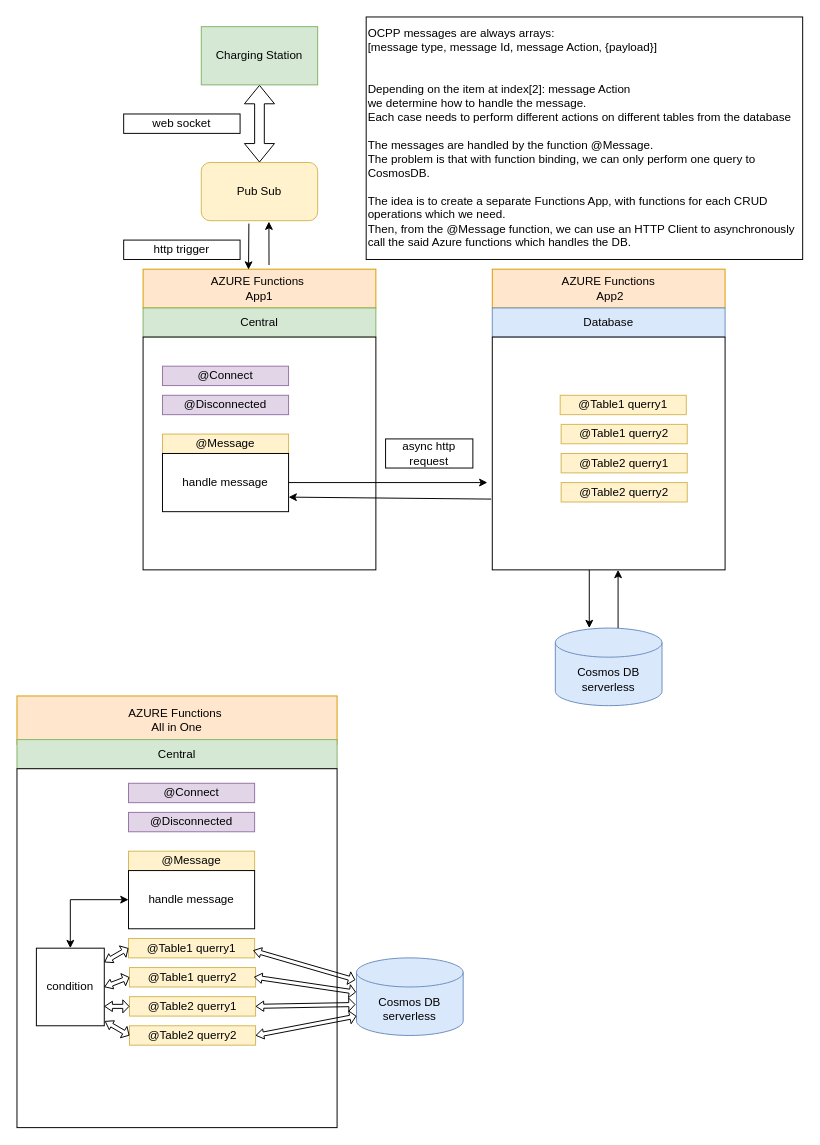
Earlier version of the draw.io diagram FunctionsDatabase.drawio (stefanszeke/diargrams_io). Source tidied: cells renumbered, new cells numbered last; positions are measured from the earlier drawing's top-left corner, leaving out a move shared by most shapes. Both pictures are drawn from the tidied source at 97%, with x=0, y=0 at pixel (16, 16).
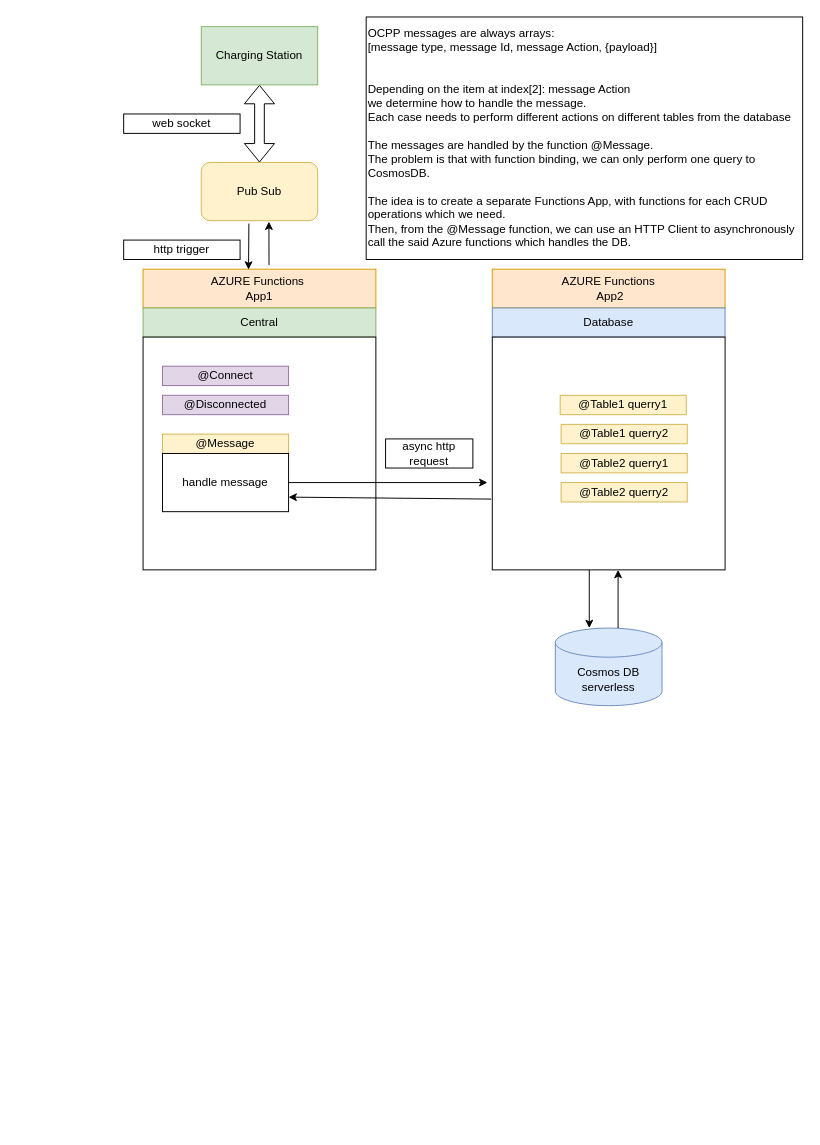
After the change.

Diff of the diagram source:
```diff
@@
-    <mxCell id="30" value="&lt;div&gt;AZURE Functions&amp;nbsp;&lt;/div&gt;&lt;div&gt;All in One&lt;br&gt;&lt;/div&gt;" style="rounded=0;whiteSpace=wrap;html=1;fillColor=#ffe6cc;strokeColor=#d79b00;" parent="1" vertex="1">
-      <mxGeometry y="700" width="330" height="50" as="geometry" />
-    </mxCell>
-    <mxCell id="31" value="Central" style="rounded=0;whiteSpace=wrap;html=1;fillColor=#d5e8d4;strokeColor=#82b366;" parent="1" vertex="1">
-      <mxGeometry y="745" width="330" height="30" as="geometry" />
-    </mxCell>
-    <mxCell id="32" style="rounded=0;whiteSpace=wrap;html=1;" parent="1" vertex="1">
-      <mxGeometry y="775" width="330" height="370" as="geometry" />
-    </mxCell>
-    <mxCell id="33" value="@Connect" style="rounded=0;whiteSpace=wrap;html=1;fillColor=#e1d5e7;strokeColor=#9673a6;" parent="1" vertex="1">
-      <mxGeometry x="115" y="790" width="130" height="20" as="geometry" />
-    </mxCell>
-    <mxCell id="34" value="@Disconnected" style="rounded=0;whiteSpace=wrap;html=1;fillColor=#e1d5e7;strokeColor=#9673a6;" parent="1" vertex="1">
-      <mxGeometry x="115" y="820" width="130" height="20" as="geometry" />
-    </mxCell>
-    <mxCell id="35" value="@Message" style="rounded=0;whiteSpace=wrap;html=1;fillColor=#fff2cc;strokeColor=#d6b656;" parent="1" vertex="1">
-      <mxGeometry x="115" y="860" width="130" height="20" as="geometry" />
-    </mxCell>
-    <mxCell id="36" style="edgeStyle=orthogonalEdgeStyle;rounded=0;jettySize=auto;html=1;startArrow=classic;startFill=1;" parent="1" edge="1" source="37" target="47">
-      <mxGeometry relative="1" as="geometry" />
-    </mxCell>
-    <mxCell id="37" value="handle message" style="rounded=0;whiteSpace=wrap;html=1;" parent="1" vertex="1">
-      <mxGeometry x="115" y="880" width="130" height="60" as="geometry" />
-    </mxCell>
-    <mxCell id="38" value="@Table1 querry1" style="rounded=0;whiteSpace=wrap;html=1;fillColor=#fff2cc;strokeColor=#d6b656;" parent="1" vertex="1">
-      <mxGeometry x="115" y="950" width="130" height="20" as="geometry" />
-    </mxCell>
-    <mxCell id="39" value="@Table1 querry2" style="rounded=0;whiteSpace=wrap;html=1;fillColor=#fff2cc;strokeColor=#d6b656;" parent="1" vertex="1">
-      <mxGeometry x="116" y="980" width="130" height="20" as="geometry" />
-    </mxCell>
-    <mxCell id="40" value="@Table2 querry1" style="rounded=0;whiteSpace=wrap;html=1;fillColor=#fff2cc;strokeColor=#d6b656;" parent="1" vertex="1">
-      <mxGeometry x="116" y="1010" width="130" height="20" as="geometry" />
-    </mxCell>
-    <mxCell id="41" value="@Table2 querry2" style="rounded=0;whiteSpace=wrap;html=1;fillColor=#fff2cc;strokeColor=#d6b656;" parent="1" vertex="1">
-      <mxGeometry x="116" y="1040" width="130" height="20" as="geometry" />
-    </mxCell>
-    <mxCell id="42" value="&lt;div&gt;Cosmos DB&lt;/div&gt;&lt;div&gt;serverless&lt;br&gt;&lt;/div&gt;" style="shape=cylinder3;whiteSpace=wrap;html=1;boundedLbl=1;backgroundOutline=1;size=15;fillColor=#dae8fc;strokeColor=#6c8ebf;" parent="1" vertex="1">
-      <mxGeometry x="350" y="970" width="110" height="80" as="geometry" />
-    </mxCell>
-    <mxCell id="43" style="shape=flexArrow;endArrow=classic;startArrow=classic;html=1;rounded=0;exitX=0.988;exitY=0.614;exitDx=0;exitDy=0;exitPerimeter=0;entryX=-0.011;entryY=0.285;entryDx=0;entryDy=0;entryPerimeter=0;width=4.166666666666667;startSize=2.2888888888888888;startWidth=5.401234567901234;endSize=1.8083333333333331;endWidth=8.287037037037036;" parent="1" edge="1" source="38" target="42">
-      <mxGeometry relative="1" as="geometry" />
-    </mxCell>
-    <mxCell id="44" style="shape=flexArrow;endArrow=classic;startArrow=classic;html=1;rounded=0;entryX=-0.004;entryY=0.442;entryDx=0;entryDy=0;entryPerimeter=0;width=4.166666666666667;startSize=2.2888888888888888;startWidth=5.401234567901234;endSize=1.8083333333333331;endWidth=8.287037037037036;exitX=0.987;exitY=0.489;exitDx=0;exitDy=0;exitPerimeter=0;" parent="1" edge="1" source="39" target="42">
-      <mxGeometry relative="1" as="geometry" />
-    </mxCell>
-    <mxCell id="45" style="shape=flexArrow;endArrow=classic;startArrow=classic;html=1;rounded=0;entryX=-0.009;entryY=0.601;entryDx=0;entryDy=0;entryPerimeter=0;width=4.166666666666667;startSize=2.2888888888888888;startWidth=5.401234567901234;endSize=1.8083333333333331;endWidth=8.287037037037036;exitX=1;exitY=0.5;exitDx=0;exitDy=0;" parent="1" edge="1" source="40" target="42">
-      <mxGeometry relative="1" as="geometry" />
-    </mxCell>
-    <mxCell id="46" style="shape=flexArrow;endArrow=classic;startArrow=classic;html=1;rounded=0;width=4.166666666666667;startSize=2.2888888888888888;startWidth=5.401234567901234;endSize=1.8083333333333331;endWidth=8.287037037037036;exitX=1;exitY=0.5;exitDx=0;exitDy=0;" parent="1" edge="1" source="41">
-      <mxGeometry relative="1" as="geometry">
-        <mxPoint x="350" y="1030" as="targetPoint" />
-      </mxGeometry>
-    </mxCell>
-    <mxCell id="47" value="condition" style="rounded=0;whiteSpace=wrap;html=1;" parent="1" vertex="1">
-      <mxGeometry x="20" y="960" width="70" height="80" as="geometry" />
-    </mxCell>
-    <mxCell id="48" style="shape=flexArrow;endArrow=classic;startArrow=classic;html=1;rounded=0;exitX=0.988;exitY=0.614;exitDx=0;exitDy=0;exitPerimeter=0;entryX=0;entryY=0.5;entryDx=0;entryDy=0;width=4.166666666666667;startSize=2.2888888888888888;startWidth=5.401234567901234;endSize=1.8083333333333331;endWidth=8.287037037037036;" parent="1" edge="1" target="38">
-      <mxGeometry relative="1" as="geometry">
-        <mxPoint x="90" y="974.5" as="sourcePoint" />
-      </mxGeometry>
-    </mxCell>
-    <mxCell id="49" style="shape=flexArrow;endArrow=classic;startArrow=classic;html=1;rounded=0;exitX=1;exitY=0.5;exitDx=0;exitDy=0;entryX=0;entryY=0.5;entryDx=0;entryDy=0;width=4.166666666666667;startSize=2.2888888888888888;startWidth=5.401234567901234;endSize=1.8083333333333331;endWidth=8.287037037037036;" parent="1" edge="1" source="47" target="39">
-      <mxGeometry relative="1" as="geometry" />
-    </mxCell>
-    <mxCell id="50" style="shape=flexArrow;endArrow=classic;startArrow=classic;html=1;rounded=0;exitX=1;exitY=0.75;exitDx=0;exitDy=0;entryX=0;entryY=0.5;entryDx=0;entryDy=0;width=4.166666666666667;startSize=2.2888888888888888;startWidth=5.401234567901234;endSize=1.8083333333333331;endWidth=8.287037037037036;" parent="1" edge="1" source="47" target="40">
-      <mxGeometry relative="1" as="geometry" />
-    </mxCell>
-    <mxCell id="51" style="shape=flexArrow;endArrow=classic;startArrow=classic;html=1;rounded=0;exitX=1.008;exitY=0.94;exitDx=0;exitDy=0;entryX=0;entryY=0.5;entryDx=0;entryDy=0;width=4.166666666666667;startSize=2.2888888888888888;startWidth=5.401234567901234;endSize=1.8083333333333331;endWidth=8.287037037037036;exitPerimeter=0;" parent="1" edge="1" source="47" target="41">
-      <mxGeometry relative="1" as="geometry" />
-    </mxCell>
```
